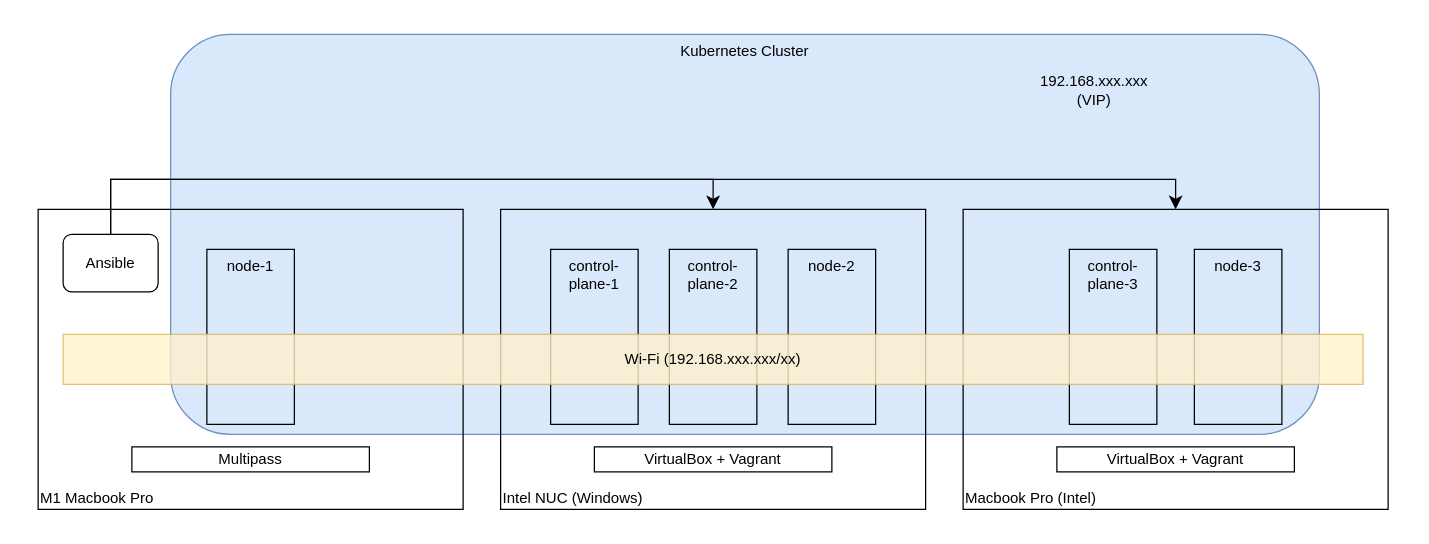
k-wa-wa/nuage-cluster keeps this draw.io diagram as docs/cluster-architecture.drawio. Above is the earlier version. Source tidied: cells renumbered, new cells numbered last; positions are measured from the earlier drawing's top-left corner, leaving out a move shared by most shapes. Both pictures are drawn from the tidied source at 125%, with x=0, y=0 at pixel (38, 34).
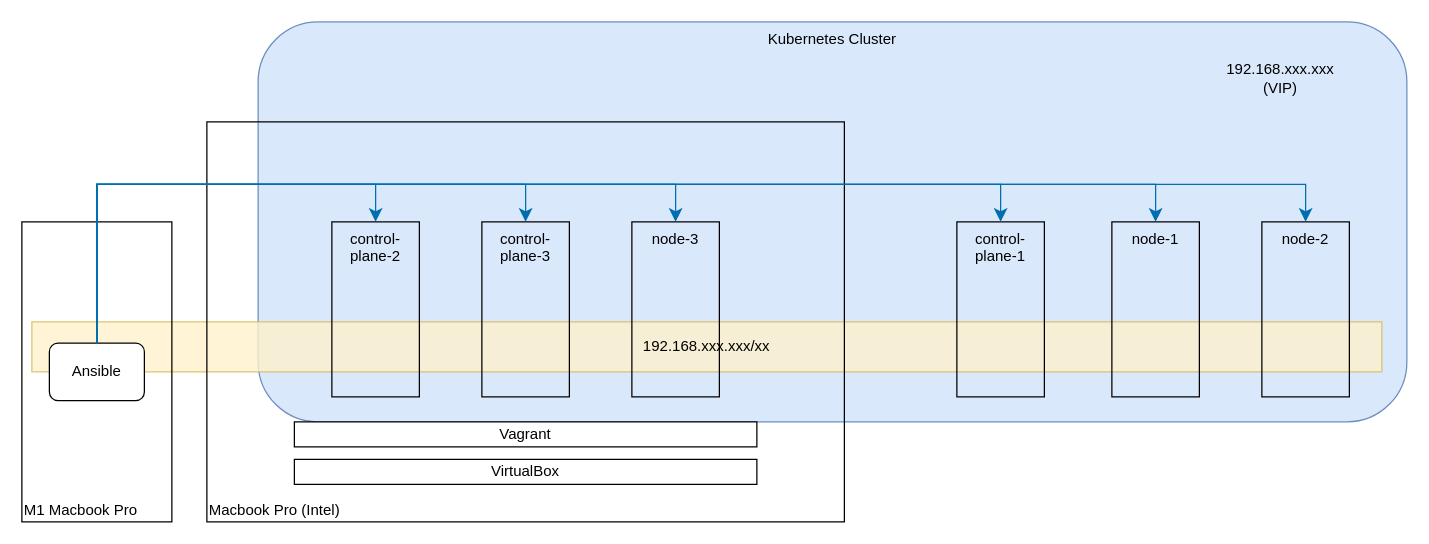
After the change.

What changed in the source:
```diff
@@
     <mxCell id="2" value="Kubernetes Cluster" style="rounded=1;whiteSpace=wrap;html=1;fillColor=#dae8fc;strokeColor=#6c8ebf;verticalAlign=top;" parent="1" vertex="1">
-      <mxGeometry x="106" width="919" height="320" as="geometry" />
+      <mxGeometry x="176" y="-10" width="919" height="320" as="geometry" />
     </mxCell>
+    <mxCell id="15" value="192.168.xxx.xxx/xx" style="rounded=0;whiteSpace=wrap;html=1;fillColor=#fff2cc;strokeColor=#d6b656;opacity=80;" parent="1" vertex="1">
+      <mxGeometry x="-5" y="230" width="1080" height="40" as="geometry" />
+    </mxCell>
+    <mxCell id="5" value="&lt;div style=&quot;&quot;&gt;&lt;span style=&quot;background-color: initial;&quot;&gt;Macbook Pro (Intel)&lt;/span&gt;&lt;/div&gt;" style="rounded=0;whiteSpace=wrap;html=1;align=left;horizontal=1;verticalAlign=bottom;fillColor=none;" parent="1" vertex="1">
+      <mxGeometry x="135" y="70" width="510" height="320" as="geometry" />
+    </mxCell>
     <mxCell id="3" value="&lt;div style=&quot;&quot;&gt;&lt;span style=&quot;background-color: initial;&quot;&gt;M1 Macbook Pro&lt;/span&gt;&lt;/div&gt;" style="rounded=0;whiteSpace=wrap;html=1;align=left;horizontal=1;verticalAlign=bottom;fillColor=none;" parent="1" vertex="1">
-      <mxGeometry y="140" width="340" height="240" as="geometry" />
+      <mxGeometry x="-13" y="150" width="120" height="240" as="geometry" />
     </mxCell>
-    <mxCell id="4" value="&lt;div style=&quot;&quot;&gt;&lt;span style=&quot;background-color: initial;&quot;&gt;Intel NUC (Windows)&lt;/span&gt;&lt;/div&gt;" style="rounded=0;whiteSpace=wrap;html=1;align=left;horizontal=1;verticalAlign=bottom;fillColor=none;" parent="1" vertex="1">
-      <mxGeometry x="370" y="140" width="340" height="240" as="geometry" />
-    </mxCell>
-    <mxCell id="5" value="&lt;div style=&quot;&quot;&gt;&lt;span style=&quot;background-color: initial;&quot;&gt;Macbook Pro (Intel)&lt;/span&gt;&lt;/div&gt;" style="rounded=0;whiteSpace=wrap;html=1;align=left;horizontal=1;verticalAlign=bottom;fillColor=none;" parent="1" vertex="1">
-      <mxGeometry x="740" y="140" width="340" height="240" as="geometry" />
-    </mxCell>
-    <mxCell id="6" value="Multipass" style="rounded=0;whiteSpace=wrap;html=1;" parent="1" vertex="1">
-      <mxGeometry x="75" y="330" width="190" height="20" as="geometry" />
-    </mxCell>
-    <mxCell id="7" value="VirtualBox + Vagrant" style="rounded=0;whiteSpace=wrap;html=1;" parent="1" vertex="1">
-      <mxGeometry x="445" y="330" width="190" height="20" as="geometry" />
-    </mxCell>
-    <mxCell id="8" value="VirtualBox + Vagrant" style="rounded=0;whiteSpace=wrap;html=1;" parent="1" vertex="1">
-      <mxGeometry x="815" y="330" width="190" height="20" as="geometry" />
-    </mxCell>
     <mxCell id="9" value="control-plane-1" style="rounded=0;whiteSpace=wrap;html=1;verticalAlign=top;fillColor=none;" parent="1" vertex="1">
-      <mxGeometry x="410" y="172" width="70" height="140" as="geometry" />
+      <mxGeometry x="735" y="150" width="70" height="140" as="geometry" />
     </mxCell>
-    <mxCell id="10" value="control-plane-2" style="rounded=0;whiteSpace=wrap;html=1;verticalAlign=top;fillColor=none;" parent="1" vertex="1">
-      <mxGeometry x="505" y="172" width="70" height="140" as="geometry" />
+    <mxCell id="10" value="control-plane-3" style="rounded=0;whiteSpace=wrap;html=1;verticalAlign=top;fillColor=none;" parent="1" vertex="1">
+      <mxGeometry x="355" y="150" width="70" height="140" as="geometry" />
     </mxCell>
-    <mxCell id="11" value="node-2" style="rounded=0;whiteSpace=wrap;html=1;verticalAlign=top;fillColor=none;" parent="1" vertex="1">
-      <mxGeometry x="600" y="172" width="70" height="140" as="geometry" />
+    <mxCell id="11" value="node-1" style="rounded=0;whiteSpace=wrap;html=1;verticalAlign=top;fillColor=none;" parent="1" vertex="1">
+      <mxGeometry x="859" y="150" width="70" height="140" as="geometry" />
     </mxCell>
-    <mxCell id="12" value="node-1" style="rounded=0;whiteSpace=wrap;html=1;verticalAlign=top;fillColor=none;" parent="1" vertex="1">
-      <mxGeometry x="135" y="172" width="70" height="140" as="geometry" />
+    <mxCell id="12" value="control-plane-2" style="rounded=0;whiteSpace=wrap;html=1;verticalAlign=top;fillColor=none;" parent="1" vertex="1">
+      <mxGeometry x="235" y="150" width="70" height="140" as="geometry" />
     </mxCell>
-    <mxCell id="13" value="control-plane-3" style="rounded=0;whiteSpace=wrap;html=1;verticalAlign=top;fillColor=none;" parent="1" vertex="1">
-      <mxGeometry x="825" y="172" width="70" height="140" as="geometry" />
+    <mxCell id="13" value="node-2" style="rounded=0;whiteSpace=wrap;html=1;verticalAlign=top;fillColor=none;" parent="1" vertex="1">
+      <mxGeometry x="979" y="150" width="70" height="140" as="geometry" />
     </mxCell>
     <mxCell id="14" value="node-3" style="rounded=0;whiteSpace=wrap;html=1;verticalAlign=top;fillColor=none;" parent="1" vertex="1">
-      <mxGeometry x="925" y="172" width="70" height="140" as="geometry" />
+      <mxGeometry x="475" y="150" width="70" height="140" as="geometry" />
     </mxCell>
-    <mxCell id="15" value="Wi-Fi (192.168.xxx.xxx/xx)" style="rounded=0;whiteSpace=wrap;html=1;fillColor=#fff2cc;strokeColor=#d6b656;opacity=80;" parent="1" vertex="1">
-      <mxGeometry x="20" y="240" width="1040" height="40" as="geometry" />
-    </mxCell>
     <mxCell id="16" value="192.168.xxx.xxx&lt;div&gt;(VIP)&lt;/div&gt;" style="text;html=1;align=center;verticalAlign=middle;whiteSpace=wrap;rounded=0;" parent="1" vertex="1">
-      <mxGeometry x="790" y="30" width="110" height="30" as="geometry" />
+      <mxGeometry x="939" y="20" width="110" height="30" as="geometry" />
     </mxCell>
     <mxCell id="17" value="Ansible" style="rounded=1;whiteSpace=wrap;html=1;" parent="1" vertex="1">
-      <mxGeometry x="20" y="160" width="76" height="46" as="geometry" />
+      <mxGeometry x="9" y="247" width="76" height="46" as="geometry" />
     </mxCell>
-    <mxCell id="18" style="edgeStyle=elbowEdgeStyle;elbow=vertical;endArrow=classic;html=1;curved=0;rounded=0;endSize=8;startSize=8;entryX=0.5;entryY=0;entryDx=0;entryDy=0;" parent="1" edge="1" source="17" target="5">
+    <mxCell id="18" style="edgeStyle=elbowEdgeStyle;elbow=vertical;endArrow=classic;html=1;curved=0;rounded=0;endSize=8;startSize=8;entryX=0.5;entryY=0;entryDx=0;entryDy=0;fillColor=#1ba1e2;strokeColor=#006EAF;" parent="1" edge="1" source="17" target="11">
       <mxGeometry relative="1" as="geometry">
         <Array as="points">
-          <mxPoint x="486" y="116" />
+          <mxPoint x="465" y="120" />
         </Array>
       </mxGeometry>
     </mxCell>
-    <mxCell id="19" style="edgeStyle=elbowEdgeStyle;elbow=vertical;endArrow=classic;html=1;curved=0;rounded=0;endSize=8;startSize=8;exitX=0.5;exitY=0;exitDx=0;exitDy=0;entryX=0.5;entryY=0;entryDx=0;entryDy=0;" parent="1" edge="1" source="17" target="4">
+    <mxCell id="19" style="edgeStyle=elbowEdgeStyle;elbow=vertical;endArrow=classic;html=1;curved=0;rounded=0;endSize=8;startSize=8;exitX=0.5;exitY=0;exitDx=0;exitDy=0;entryX=0.5;entryY=0;entryDx=0;entryDy=0;fillColor=#1ba1e2;strokeColor=#006EAF;" parent="1" edge="1" source="17" target="10">
       <mxGeometry relative="1" as="geometry">
         <Array as="points">
-          <mxPoint x="306" y="116" />
+          <mxPoint x="215" y="120" />
         </Array>
       </mxGeometry>
     </mxCell>
+    <mxCell id="20" value="VirtualBox" style="rounded=0;whiteSpace=wrap;html=1;" parent="1" vertex="1">
+      <mxGeometry x="205" y="340" width="370" height="20" as="geometry" />
+    </mxCell>
+    <mxCell id="21" value="Vagrant" style="rounded=0;whiteSpace=wrap;html=1;" parent="1" vertex="1">
+      <mxGeometry x="205" y="310" width="370" height="20" as="geometry" />
+    </mxCell>
+    <mxCell id="22" style="edgeStyle=elbowEdgeStyle;elbow=vertical;endArrow=classic;html=1;curved=0;rounded=0;endSize=8;startSize=8;exitX=0.5;exitY=0;exitDx=0;exitDy=0;entryX=0.5;entryY=0;entryDx=0;entryDy=0;fillColor=#1ba1e2;strokeColor=#006EAF;" parent="1" edge="1" source="17" target="12">
+      <mxGeometry relative="1" as="geometry">
+        <Array as="points">
+          <mxPoint x="165" y="120" />
+        </Array>
+      </mxGeometry>
+    </mxCell>
+    <mxCell id="23" style="edgeStyle=elbowEdgeStyle;elbow=vertical;endArrow=classic;html=1;curved=0;rounded=0;endSize=8;startSize=8;exitX=0.5;exitY=0;exitDx=0;exitDy=0;entryX=0.5;entryY=0;entryDx=0;entryDy=0;fillColor=#1ba1e2;strokeColor=#006EAF;" parent="1" edge="1" source="17" target="14">
+      <mxGeometry relative="1" as="geometry">
+        <Array as="points">
+          <mxPoint x="275" y="120" />
+        </Array>
+      </mxGeometry>
+    </mxCell>
+    <mxCell id="24" style="edgeStyle=elbowEdgeStyle;elbow=vertical;endArrow=classic;html=1;curved=0;rounded=0;endSize=8;startSize=8;entryX=0.5;entryY=0;entryDx=0;entryDy=0;exitX=0.5;exitY=0;exitDx=0;exitDy=0;fillColor=#1ba1e2;strokeColor=#006EAF;" parent="1" edge="1" source="17" target="9">
+      <mxGeometry relative="1" as="geometry">
+        <Array as="points">
+          <mxPoint x="405" y="120" />
+        </Array>
+      </mxGeometry>
+    </mxCell>
+    <mxCell id="25" style="edgeStyle=elbowEdgeStyle;elbow=vertical;endArrow=classic;html=1;curved=0;rounded=0;endSize=8;startSize=8;entryX=0.5;entryY=0;entryDx=0;entryDy=0;exitX=0.5;exitY=0;exitDx=0;exitDy=0;fillColor=#1ba1e2;strokeColor=#006EAF;" parent="1" edge="1" source="17" target="13">
+      <mxGeometry relative="1" as="geometry">
+        <Array as="points">
+          <mxPoint x="525" y="120" />
+        </Array>
+      </mxGeometry>
+    </mxCell>
```
